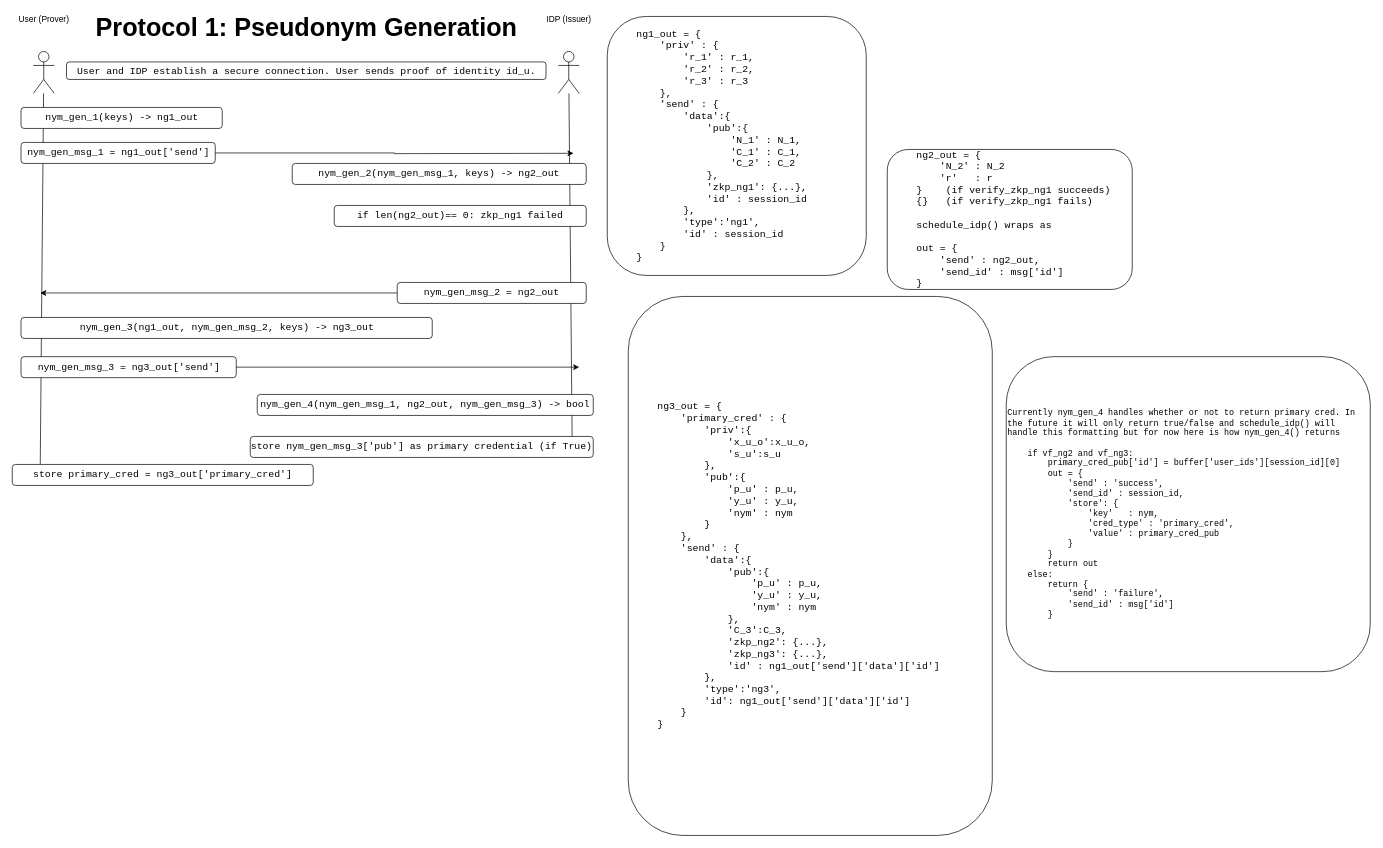
The draw.io diagram page "Nym Gen" (4 of 8) of doc/Protocols.drawio in JacobGorman613/cl-api, before the edit. Source tidied: cells renumbered, new cells numbered last; positions are measured from the earlier drawing's top-left corner, leaving out a move shared by most shapes. Both pictures are drawn from the tidied source at 70%, with x=0, y=0 at pixel (12, 16).
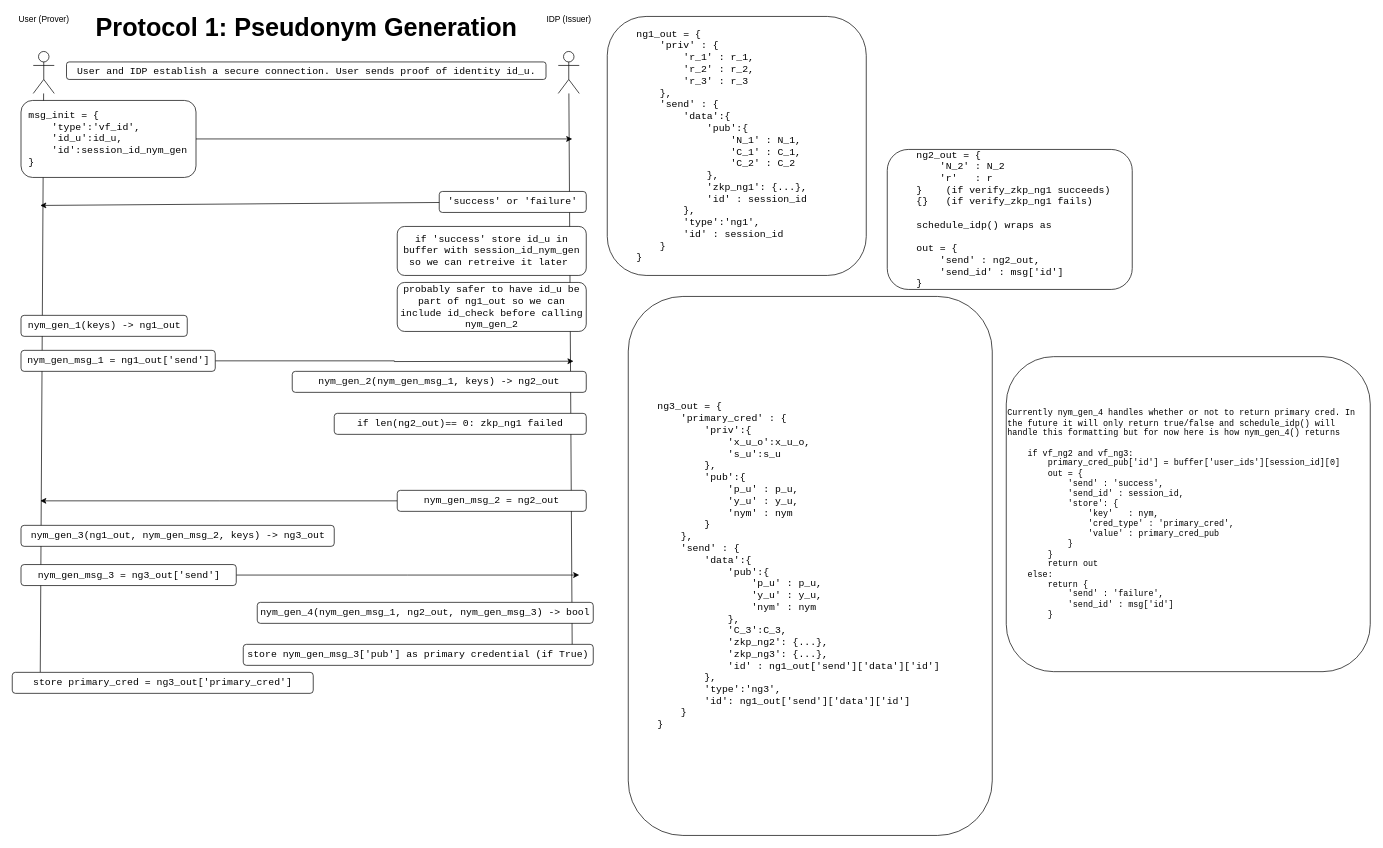
Above is the later version.

Unchanged cells that the change refers to:
```xml
<mxCell id="2" value="User (Prover)" style="shape=umlActor;verticalLabelPosition=top;verticalAlign=top;html=1;outlineConnect=0;" parent="1" vertex="1">
  <mxGeometry x="30" y="50" width="30" height="60" as="geometry" />
</mxCell>
<mxCell id="4" value="IDP (Issuer)" style="shape=umlActor;verticalLabelPosition=top;verticalAlign=top;html=1;outlineConnect=0;" parent="1" vertex="1">
  <mxGeometry x="780" y="50" width="30" height="60" as="geometry" />
</mxCell>
```

Change to the diagram source:
```diff
@@
     <mxCell id="3" style="endArrow=none;html=1;rounded=0;" parent="1" edge="1" target="2">
       <mxGeometry relative="1" as="geometry">
-        <mxPoint x="40" y="640" as="sourcePoint" />
+        <mxPoint x="40" y="937" as="sourcePoint" />
       </mxGeometry>
     </mxCell>
@@
     <mxCell id="5" style="endArrow=none;html=1;rounded=0;" parent="1" edge="1" target="4">
       <mxGeometry relative="1" as="geometry">
-        <mxPoint x="800" y="620" as="sourcePoint" />
+        <mxPoint x="800" y="917" as="sourcePoint" />
       </mxGeometry>
     </mxCell>
@@
     <mxCell id="7" value="&lt;font style=&quot;font-size: 14px;&quot; face=&quot;Courier New&quot;&gt;nym_gen_1(keys) -&amp;gt; ng1_out&lt;/font&gt;" style="rounded=1;whiteSpace=wrap;html=1;" parent="1" vertex="1">
-      <mxGeometry x="12.5" y="130" width="287.5" height="30" as="geometry" />
+      <mxGeometry x="12.5" y="427" width="237.5" height="30" as="geometry" />
     </mxCell>
     <mxCell id="8" value="&lt;font style=&quot;font-size: 14px;&quot; face=&quot;Courier New&quot;&gt;nym_gen_2(nym_gen_msg_1, keys) -&amp;gt; ng2_out&lt;/font&gt;" style="rounded=1;whiteSpace=wrap;html=1;" parent="1" vertex="1">
-      <mxGeometry x="400" y="210" width="420" height="30" as="geometry" />
+      <mxGeometry x="400" y="507" width="420" height="30" as="geometry" />
     </mxCell>
     <mxCell id="9" value="&lt;font face=&quot;Courier New&quot; style=&quot;font-size: 14px;&quot;&gt;nym_gen_3(ng1_out, nym_gen_msg_2, keys) -&amp;gt; ng3_out&lt;/font&gt;" style="rounded=1;whiteSpace=wrap;html=1;" parent="1" vertex="1">
-      <mxGeometry x="12.5" y="430" width="587.5" height="30" as="geometry" />
+      <mxGeometry x="12.5" y="727" width="447.5" height="30" as="geometry" />
     </mxCell>
     <mxCell id="10" value="&lt;font style=&quot;font-size: 14px;&quot; face=&quot;Courier New&quot;&gt;store primary_cred = ng3_out['primary_cred']&lt;/font&gt;" style="rounded=1;whiteSpace=wrap;html=1;" parent="1" vertex="1">
-      <mxGeometry y="640" width="430" height="30" as="geometry" />
+      <mxGeometry y="937" width="430" height="30" as="geometry" />
     </mxCell>
     <mxCell id="11" value="&lt;font style=&quot;font-size: 14px;&quot; face=&quot;Courier New&quot;&gt;store nym_gen_msg_3['pub'] as primary credential (if True)&lt;/font&gt;" style="rounded=1;whiteSpace=wrap;html=1;" parent="1" vertex="1">
-      <mxGeometry x="340" y="600" width="490" height="30" as="geometry" />
+      <mxGeometry x="330" y="897" width="500" height="30" as="geometry" />
     </mxCell>
     <mxCell id="12" style="edgeStyle=orthogonalEdgeStyle;rounded=0;jettySize=auto;html=1;exitX=1;exitY=0.5;exitDx=0;exitDy=0;" parent="1" edge="1" source="13">
       <mxGeometry relative="1" as="geometry">
-        <mxPoint x="801.8" y="195.5" as="targetPoint" />
+        <mxPoint x="801.8" y="492.5" as="targetPoint" />
       </mxGeometry>
     </mxCell>
     <mxCell id="13" value="&lt;font face=&quot;Courier New&quot; style=&quot;font-size: 14px;&quot;&gt;nym_gen_msg_1 = ng1_out['send']&lt;/font&gt;" style="rounded=1;whiteSpace=wrap;html=1;" parent="1" vertex="1">
-      <mxGeometry x="12.5" y="180" width="277.5" height="30" as="geometry" />
+      <mxGeometry x="12.5" y="477" width="277.5" height="30" as="geometry" />
     </mxCell>
     <mxCell id="14" style="edgeStyle=orthogonalEdgeStyle;rounded=0;jettySize=auto;html=1;exitX=0;exitY=0.5;exitDx=0;exitDy=0;" parent="1" edge="1" source="15">
       <mxGeometry relative="1" as="geometry">
-        <mxPoint x="40" y="395" as="targetPoint" />
+        <mxPoint x="40" y="692" as="targetPoint" />
       </mxGeometry>
     </mxCell>
     <mxCell id="15" value="&lt;font face=&quot;Courier New&quot; style=&quot;font-size: 14px;&quot;&gt;nym_gen_msg_2 = ng2_out&lt;/font&gt;" style="rounded=1;whiteSpace=wrap;html=1;" parent="1" vertex="1">
-      <mxGeometry x="550" y="380" width="270" height="30" as="geometry" />
+      <mxGeometry x="550" y="677" width="270" height="30" as="geometry" />
     </mxCell>
     <mxCell id="16" value="&lt;font face=&quot;Courier New&quot; style=&quot;font-size: 14px;&quot;&gt;nym_gen_4(nym_gen_msg_1, ng2_out, nym_gen_msg_3) -&amp;gt; bool&lt;/font&gt;" style="rounded=1;whiteSpace=wrap;html=1;" parent="1" vertex="1">
-      <mxGeometry x="350" y="540" width="480" height="30" as="geometry" />
+      <mxGeometry x="350" y="837" width="480" height="30" as="geometry" />
     </mxCell>
     <mxCell id="17" style="edgeStyle=orthogonalEdgeStyle;rounded=0;jettySize=auto;html=1;exitX=1;exitY=0.5;exitDx=0;exitDy=0;" parent="1" edge="1" source="18">
       <mxGeometry relative="1" as="geometry">
-        <mxPoint x="810" y="501" as="targetPoint" />
+        <mxPoint x="810" y="798" as="targetPoint" />
       </mxGeometry>
     </mxCell>
     <mxCell id="18" value="&lt;font face=&quot;Courier New&quot; style=&quot;font-size: 14px;&quot;&gt;nym_gen_msg_3 = ng3_out['send']&lt;/font&gt;" style="rounded=1;whiteSpace=wrap;html=1;" parent="1" vertex="1">
-      <mxGeometry x="12.5" y="486" width="307.5" height="30" as="geometry" />
+      <mxGeometry x="12.5" y="783" width="307.5" height="30" as="geometry" />
     </mxCell>
     <mxCell id="19" value="&lt;font style=&quot;font-size: 14px;&quot; face=&quot;Courier New&quot;&gt;if len(ng2_out)== 0: zkp_ng1 failed&lt;/font&gt;" style="rounded=1;whiteSpace=wrap;html=1;" parent="1" vertex="1">
-      <mxGeometry x="460" y="270" width="360" height="30" as="geometry" />
+      <mxGeometry x="460" y="567" width="360" height="30" as="geometry" />
     </mxCell>
@@
+    <mxCell id="25" value="&lt;div&gt;&lt;font face=&quot;Courier New&quot;&gt;&lt;span style=&quot;font-size: 14px;&quot;&gt;&amp;nbsp;msg_init = {&lt;/span&gt;&lt;/font&gt;&lt;/div&gt;&lt;div&gt;&lt;font face=&quot;Courier New&quot;&gt;&lt;span style=&quot;font-size: 14px;&quot;&gt;&amp;nbsp; &amp;nbsp; &amp;nbsp;'type':'vf_id',&lt;/span&gt;&lt;/font&gt;&lt;/div&gt;&lt;div&gt;&lt;font face=&quot;Courier New&quot;&gt;&lt;span style=&quot;font-size: 14px;&quot;&gt;&amp;nbsp; &amp;nbsp; &amp;nbsp;'id_u':id_u,&lt;/span&gt;&lt;/font&gt;&lt;/div&gt;&lt;div&gt;&lt;font face=&quot;Courier New&quot;&gt;&lt;span style=&quot;font-size: 14px;&quot;&gt;&amp;nbsp; &amp;nbsp; &amp;nbsp;'id':session_id_nym_gen&lt;/span&gt;&lt;/font&gt;&lt;/div&gt;&lt;div&gt;&lt;font face=&quot;Courier New&quot;&gt;&lt;span style=&quot;font-size: 14px;&quot;&gt;&amp;nbsp;}&lt;/span&gt;&lt;/font&gt;&lt;/div&gt;" style="rounded=1;whiteSpace=wrap;html=1;align=left;" parent="1" vertex="1">
+      <mxGeometry x="12.5" y="120" width="250" height="110" as="geometry" />
+    </mxCell>
+    <mxCell id="26" style="endArrow=classic;html=1;rounded=0;" parent="1" edge="1" source="25">
+      <mxGeometry relative="1" as="geometry">
+        <mxPoint x="800" y="175" as="targetPoint" />
+      </mxGeometry>
+    </mxCell>
+    <mxCell id="27" value="&lt;font style=&quot;font-size: 14px;&quot; face=&quot;Courier New&quot;&gt;'success' or 'failure'&lt;/font&gt;" style="rounded=1;whiteSpace=wrap;html=1;" parent="1" vertex="1">
+      <mxGeometry x="610" y="250" width="210" height="30" as="geometry" />
+    </mxCell>
+    <mxCell id="28" style="endArrow=classic;html=1;rounded=0;" parent="1" edge="1" source="27">
+      <mxGeometry relative="1" as="geometry">
+        <mxPoint x="40" y="270" as="targetPoint" />
+      </mxGeometry>
+    </mxCell>
+    <mxCell id="29" value="&lt;font style=&quot;font-size: 14px;&quot; face=&quot;Courier New&quot;&gt;if 'success' store id_u in buffer with session_id_nym_gen so we can retreive it later&amp;nbsp;&lt;br&gt;&lt;/font&gt;" style="rounded=1;whiteSpace=wrap;html=1;" parent="1" vertex="1">
+      <mxGeometry x="550" y="300" width="270" height="70" as="geometry" />
+    </mxCell>
+    <mxCell id="30" value="&lt;font style=&quot;font-size: 14px;&quot; face=&quot;Courier New&quot;&gt;probably safer to have id_u be part of ng1_out so we can include id_check before calling nym_gen_2&lt;br&gt;&lt;/font&gt;" style="rounded=1;whiteSpace=wrap;html=1;" parent="1" vertex="1">
+      <mxGeometry x="550" y="380" width="270" height="70" as="geometry" />
+    </mxCell>
```
